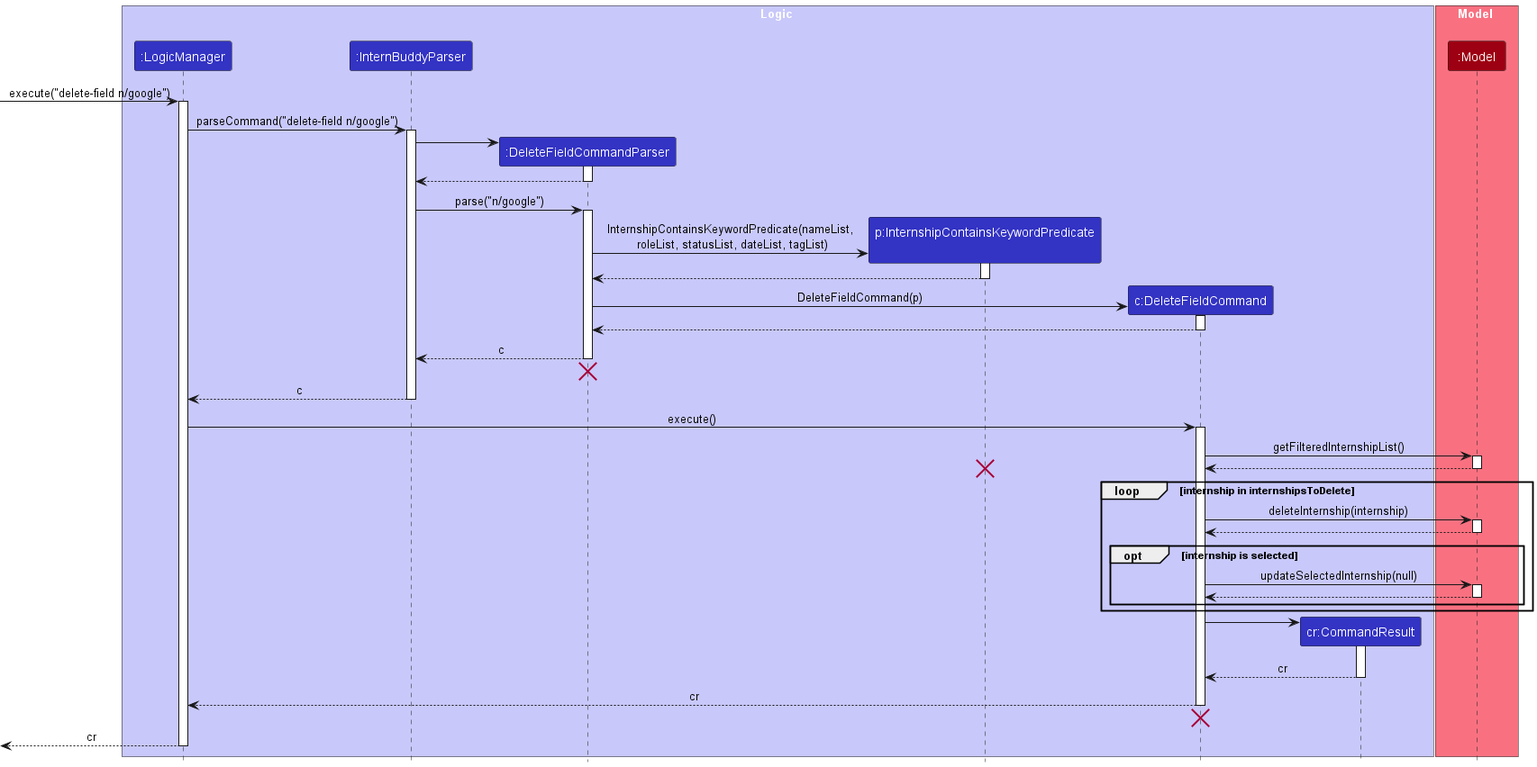
Before: docs/images/DeleteFieldSequenceDiagram.png, a diagram exported from PlantUML (nus-cs2103-AY2223S2/tp).
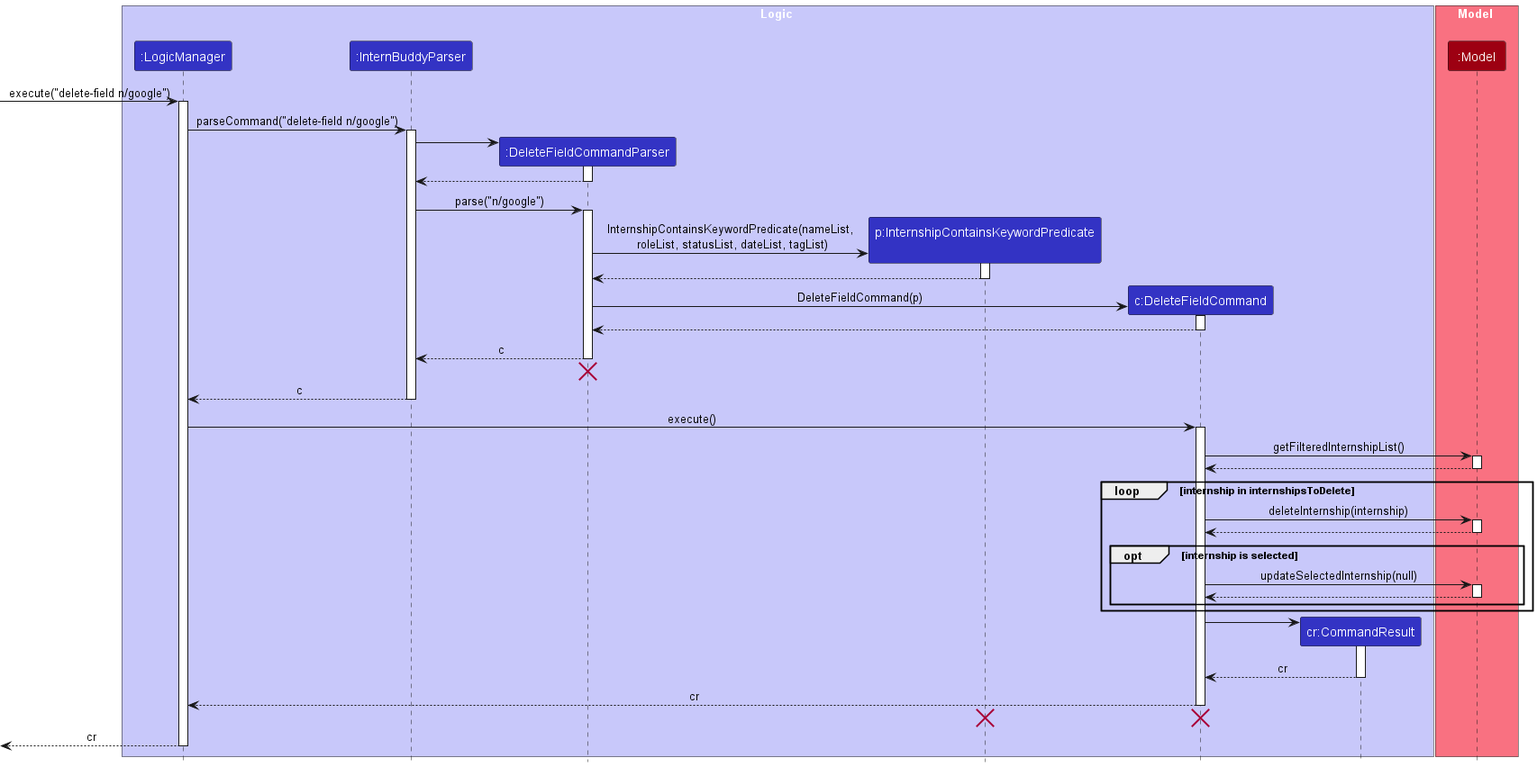
The same diagram one commit later.

The edit, as a diff of the source:
```diff
@@ -61,7 +61,7 @@
 Model --> DeleteFieldCommand
 deactivate Model
 
-destroy InternshipContainsKeywordPredicate
+
 
 loop internship in internshipsToDelete
     DeleteFieldCommand -> Model: deleteInternship(internship)
@@ -90,7 +90,7 @@
 deactivate DeleteFieldCommand
 DeleteFieldCommand -[hidden]-> LogicManager
 destroy DeleteFieldCommand
-
+destroy InternshipContainsKeywordPredicate
 
 
 [<--LogicManager : cr
```
